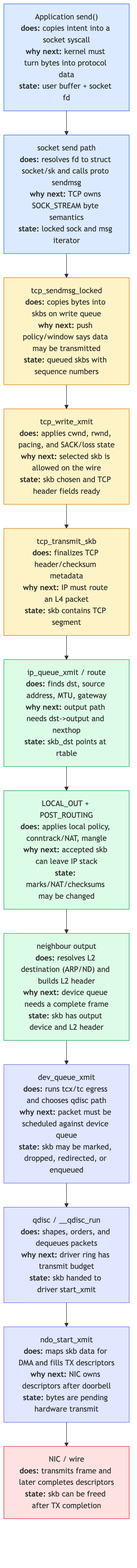
This is linux-net/src/diagrams/day03_tx_path.png from biefy/books, a Mermaid export, as it was before one commit. Its source is kept beside it as linux-net/src/diagrams/src/day03_tx_path.mmd. The source it was exported from:
```mermaid
flowchart TD
    App["Application send()<br/><b>does:</b> copies intent into a socket syscall<br/><b>why next:</b> kernel must turn bytes into protocol data<br/><b>state:</b> user buffer + socket fd"]
    Sock["socket send path<br/><b>does:</b> resolves fd to struct socket/sk and calls proto sendmsg<br/><b>why next:</b> TCP owns SOCK_STREAM byte semantics<br/><b>state:</b> locked sock and msg iterator"]
    Queue["tcp_sendmsg_locked<br/><b>does:</b> copies bytes into skbs on write queue<br/><b>why next:</b> push policy/window says data may be transmitted<br/><b>state:</b> queued skbs with sequence numbers"]
    Xmit["tcp_write_xmit<br/><b>does:</b> applies cwnd, rwnd, pacing, and SACK/loss state<br/><b>why next:</b> selected skb is allowed on the wire<br/><b>state:</b> skb chosen and TCP header fields ready"]
    TCPHdr["tcp_transmit_skb<br/><b>does:</b> finalizes TCP header/checksum metadata<br/><b>why next:</b> IP must route an L4 packet<br/><b>state:</b> skb contains TCP segment"]
    Route["ip_queue_xmit / route<br/><b>does:</b> finds dst, source address, MTU, gateway<br/><b>why next:</b> output path needs dst->output and nexthop<br/><b>state:</b> skb_dst points at rtable"]
    LocalOut["LOCAL_OUT + POST_ROUTING<br/><b>does:</b> applies local policy, conntrack/NAT, mangle<br/><b>why next:</b> accepted skb can leave IP stack<br/><b>state:</b> marks/NAT/checksums may be changed"]
    Neigh["neighbour output<br/><b>does:</b> resolves L2 destination (ARP/ND) and builds L2 header<br/><b>why next:</b> device queue needs a complete frame<br/><b>state:</b> skb has output device and L2 header"]
    DevQ["dev_queue_xmit<br/><b>does:</b> runs tcx/tc egress and chooses qdisc path<br/><b>why next:</b> packet must be scheduled against device queue<br/><b>state:</b> skb may be marked, dropped, redirected, or enqueued"]
    Qdisc["qdisc / __qdisc_run<br/><b>does:</b> shapes, orders, and dequeues packets<br/><b>why next:</b> driver ring has transmit budget<br/><b>state:</b> skb handed to driver start_xmit"]
    Driver["ndo_start_xmit<br/><b>does:</b> maps skb data for DMA and fills TX descriptors<br/><b>why next:</b> NIC owns descriptors after doorbell<br/><b>state:</b> bytes are pending hardware transmit"]
    Wire["NIC / wire<br/><b>does:</b> transmits frame and later completes descriptors<br/><b>state:</b> skb can be freed after TX completion"]

    App --> Sock --> Queue --> Xmit --> TCPHdr --> Route --> LocalOut --> Neigh --> DevQ --> Qdisc --> Driver --> Wire

    classDef us fill:#dbeafe,stroke:#2563eb
    classDef tcp fill:#fef3c7,stroke:#d97706
    classDef ip fill:#dcfce7,stroke:#16a34a
    classDef dev fill:#e0e7ff,stroke:#6366f1
    classDef hw fill:#fee2e2,stroke:#dc2626
    class App,Sock us
    class Queue,Xmit,TCPHdr tcp
    class Route,LocalOut,Neigh ip
    class DevQ,Qdisc,Driver dev
    class Wire hw
```
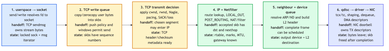
Later version of the same file.

What changed in the source:
```diff
@@ -1,26 +1,23 @@
-flowchart TD
-    App["Application send()<br/><b>does:</b> copies intent into a socket syscall<br/><b>why next:</b> kernel must turn bytes into protocol data<br/><b>state:</b> user buffer + socket fd"]
-    Sock["socket send path<br/><b>does:</b> resolves fd to struct socket/sk and calls proto sendmsg<br/><b>why next:</b> TCP owns SOCK_STREAM byte semantics<br/><b>state:</b> locked sock and msg iterator"]
-    Queue["tcp_sendmsg_locked<br/><b>does:</b> copies bytes into skbs on write queue<br/><b>why next:</b> push policy/window says data may be transmitted<br/><b>state:</b> queued skbs with sequence numbers"]
-    Xmit["tcp_write_xmit<br/><b>does:</b> applies cwnd, rwnd, pacing, and SACK/loss state<br/><b>why next:</b> selected skb is allowed on the wire<br/><b>state:</b> skb chosen and TCP header fields ready"]
-    TCPHdr["tcp_transmit_skb<br/><b>does:</b> finalizes TCP header/checksum metadata<br/><b>why next:</b> IP must route an L4 packet<br/><b>state:</b> skb contains TCP segment"]
-    Route["ip_queue_xmit / route<br/><b>does:</b> finds dst, source address, MTU, gateway<br/><b>why next:</b> output path needs dst->output and nexthop<br/><b>state:</b> skb_dst points at rtable"]
-    LocalOut["LOCAL_OUT + POST_ROUTING<br/><b>does:</b> applies local policy, conntrack/NAT, mangle<br/><b>why next:</b> accepted skb can leave IP stack<br/><b>state:</b> marks/NAT/checksums may be changed"]
-    Neigh["neighbour output<br/><b>does:</b> resolves L2 destination (ARP/ND) and builds L2 header<br/><b>why next:</b> device queue needs a complete frame<br/><b>state:</b> skb has output device and L2 header"]
-    DevQ["dev_queue_xmit<br/><b>does:</b> runs tcx/tc egress and chooses qdisc path<br/><b>why next:</b> packet must be scheduled against device queue<br/><b>state:</b> skb may be marked, dropped, redirected, or enqueued"]
-    Qdisc["qdisc / __qdisc_run<br/><b>does:</b> shapes, orders, and dequeues packets<br/><b>why next:</b> driver ring has transmit budget<br/><b>state:</b> skb handed to driver start_xmit"]
-    Driver["ndo_start_xmit<br/><b>does:</b> maps skb data for DMA and fills TX descriptors<br/><b>why next:</b> NIC owns descriptors after doorbell<br/><b>state:</b> bytes are pending hardware transmit"]
-    Wire["NIC / wire<br/><b>does:</b> transmits frame and later completes descriptors<br/><b>state:</b> skb can be freed after TX completion"]
+flowchart LR
+    App["<b>1. userspace → socket</b><br/>send/write resolves fd to socket<br/><b>handoff:</b> TCP sendmsg owns stream bytes<br/><b>state:</b> locked sock + msg iterator"]
 
-    App --> Sock --> Queue --> Xmit --> TCPHdr --> Route --> LocalOut --> Neigh --> DevQ --> Qdisc --> Driver --> Wire
+    TCP["<b>2. TCP write queue</b><br/>copy/zerocopy user bytes into skbs<br/><b>handoff:</b> push policy and windows permit send<br/><b>state:</b> skbs have sequence numbers"]
 
-    classDef us fill:#dbeafe,stroke:#2563eb
-    classDef tcp fill:#fef3c7,stroke:#d97706
-    classDef ip fill:#dcfce7,stroke:#16a34a
-    classDef dev fill:#e0e7ff,stroke:#6366f1
-    classDef hw fill:#fee2e2,stroke:#dc2626
-    class App,Sock us
-    class Queue,Xmit,TCPHdr tcp
-    class Route,LocalOut,Neigh ip
-    class DevQ,Qdisc,Driver dev
-    class Wire hw
+    Segment["<b>3. TCP transmit decision</b><br/>apply cwnd, rwnd, Nagle, pacing, SACK/loss<br/><b>handoff:</b> chosen segment may enter IP<br/><b>state:</b> TCP header/checksum metadata ready"]
+
+    IP["<b>4. IP + Netfilter</b><br/>route lookup, LOCAL_OUT, POST_ROUTING, NAT/filter<br/><b>handoff:</b> accepted skb has dst and nexthop<br/><b>state:</b> rtable, marks, MTU, gateway known"]
+
+    L2["<b>5. neighbour + device queue</b><br/>resolve ARP/ND and build L2 header<br/><b>handoff:</b> complete frame can be scheduled<br/><b>state:</b> output device + L2 destination"]
+
+    Dev["<b>6. qdisc → driver → NIC</b><br/>tcx/tc, shaping, dequeue, DMA descriptors<br/><b>handoff:</b> NIC doorbell owns TX descriptors<br/><b>state:</b> bytes leave; skb freed after completion"]
+
+    App --> TCP --> Segment --> IP --> L2 --> Dev
+
+    classDef us fill:#dbeafe,stroke:#2563eb,stroke-width:2px
+    classDef tcp fill:#fef3c7,stroke:#d97706,stroke-width:2px
+    classDef ip fill:#dcfce7,stroke:#16a34a,stroke-width:2px
+    classDef dev fill:#e0e7ff,stroke:#6366f1,stroke-width:2px
+    class App us
+    class TCP,Segment tcp
+    class IP,L2 ip
+    class Dev dev
```
